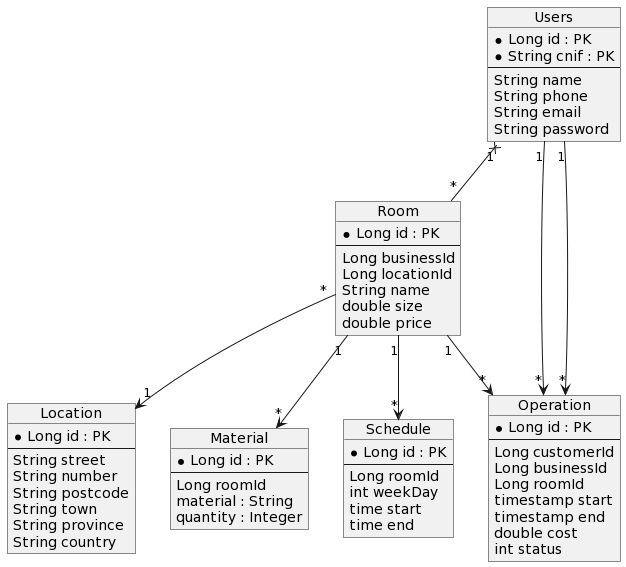
Above: DB-schema.png in kikegb/ReservaTuSala-back (PlantUML), before the change.
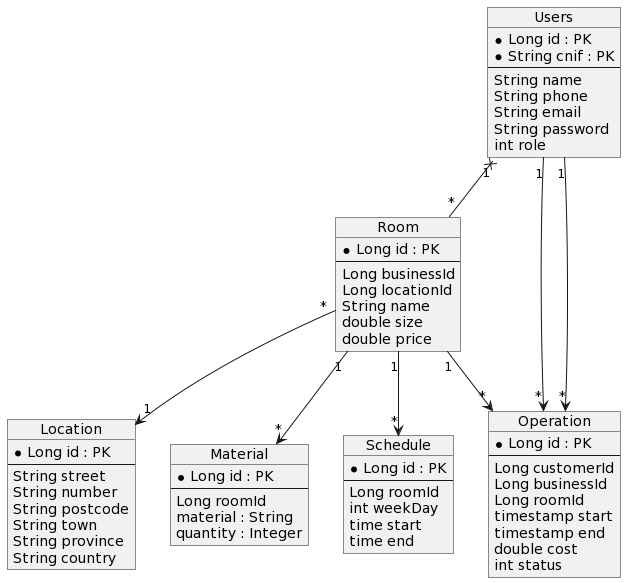
The same diagram one commit later.

Commit message:
update database schema image on README file

Change to the diagram source:
```diff
@@ -7,6 +7,7 @@
     String phone
     String email
     String password
+    int role
 }
 object Room {
     * Long id : PK
```
